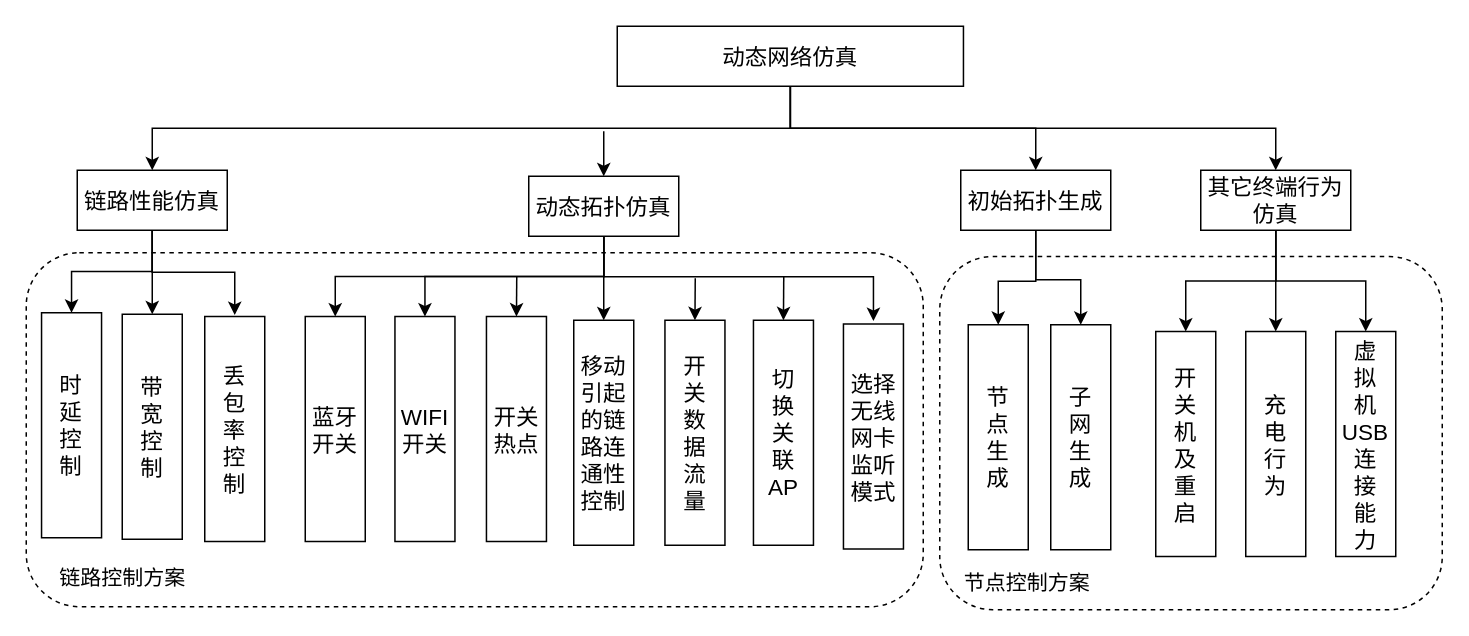
The draw.io diagram page "动态网络仿真需求" (7 of 8) of 网络控制技术_流程图.drawio in Icarus1994/neutron_conf, before the edit. Source tidied: cells renumbered, new cells numbered last; positions are measured from the earlier drawing's top-left corner, leaving out a move shared by most shapes. Both pictures are drawn from the tidied source at 150%, with x=0, y=0 at pixel (26, 26).
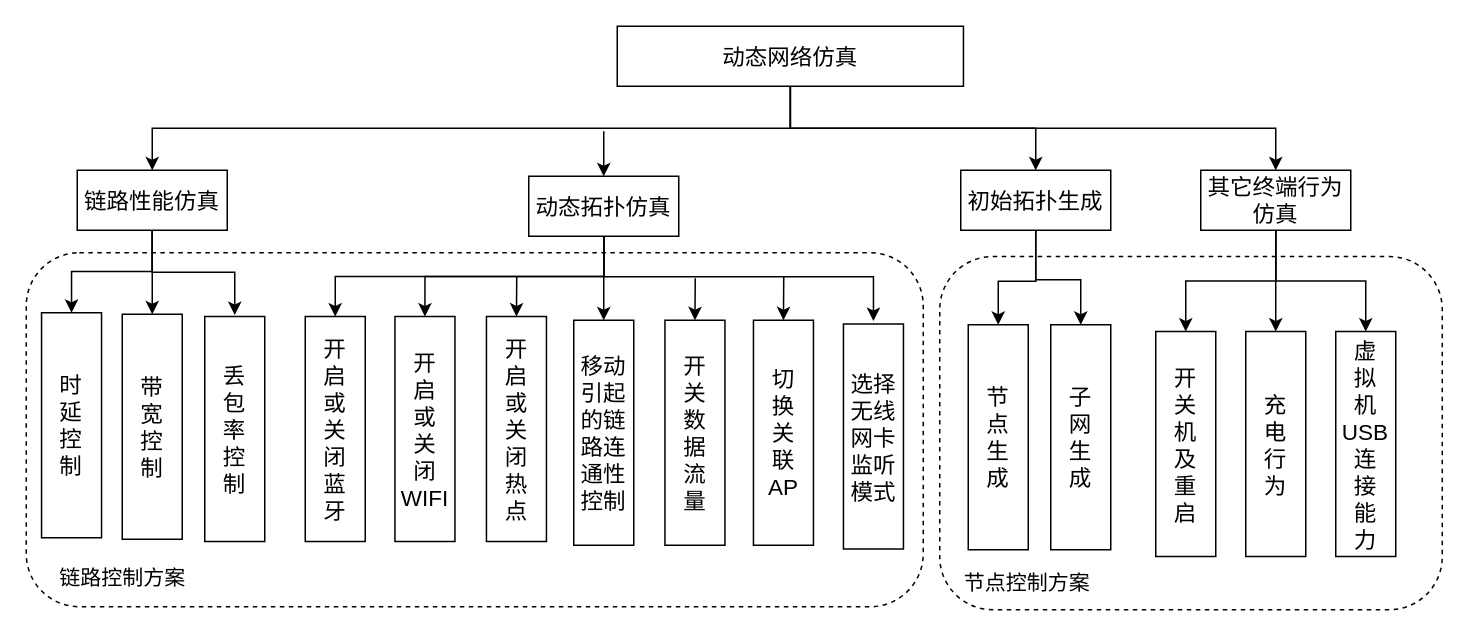
After the change.

The edit, as a diff of the source:
```diff
@@
-    <mxCell id="32" value="蓝牙开关" style="rounded=0;whiteSpace=wrap;html=1;strokeWidth=1;fontSize=15;" parent="1" vertex="1">
+    <mxCell id="32" value="开&lt;br&gt;启&lt;br&gt;或&lt;br&gt;关&lt;br&gt;闭&lt;br&gt;蓝&lt;br&gt;牙" style="rounded=0;whiteSpace=wrap;html=1;strokeWidth=1;fontSize=15;" parent="1" vertex="1">
       <mxGeometry x="186" y="193.5" width="40" height="150" as="geometry" />
     </mxCell>
@@
-    <mxCell id="34" value="WIFI开关" style="rounded=0;whiteSpace=wrap;html=1;strokeWidth=1;fontSize=15;" parent="1" vertex="1">
+    <mxCell id="34" value="开&lt;br&gt;启&lt;br&gt;或&lt;br&gt;关&lt;br&gt;闭WIFI" style="rounded=0;whiteSpace=wrap;html=1;strokeWidth=1;fontSize=15;" parent="1" vertex="1">
       <mxGeometry x="245.8" y="193.5" width="40" height="150" as="geometry" />
     </mxCell>
@@
-    <mxCell id="40" value="开关热点" style="rounded=0;whiteSpace=wrap;html=1;strokeWidth=1;fontSize=15;" parent="1" vertex="1">
+    <mxCell id="40" value="开&lt;br&gt;启&lt;br&gt;或&lt;br&gt;关&lt;br&gt;闭&lt;br&gt;热&lt;br&gt;点" style="rounded=0;whiteSpace=wrap;html=1;strokeWidth=1;fontSize=15;" parent="1" vertex="1">
       <mxGeometry x="306.8" y="193.5" width="40" height="150" as="geometry" />
     </mxCell>
```
